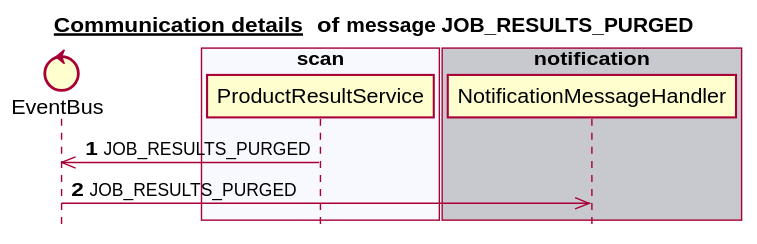
Earlier version of the PlantUML export docs/latest/images/gen_domain_messaging_job_results_purged.svg (mercedes-benz/sechub).
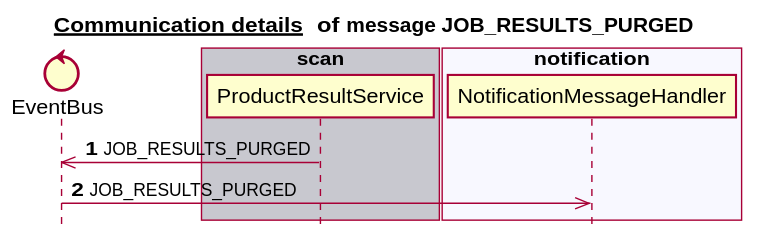
After the change.

Change to the diagram source:
```diff
@@ -6,17 +6,17 @@
 
 
 control EventBus
+box "scan" #C8C8CF
+   participant ProductResultService
+end box
+box "authorization" #F8F8FF
+end box
 box "administration" #C8C8CF
 end box
-box "schedule" #F8F8FF
+box "notification" #F8F8FF
+   participant NotificationMessageHandler
 end box
-box "authorization" #C8C8CF
-end box
-box "scan" #F8F8FF
-   participant ProductResultService
-end box
-box "notification" #C8C8CF
-   participant NotificationMessageHandler
+box "schedule" #C8C8CF
 end box
 autonumber 1
 ProductResultService ->> EventBus:JOB_RESULTS_PURGED
```
